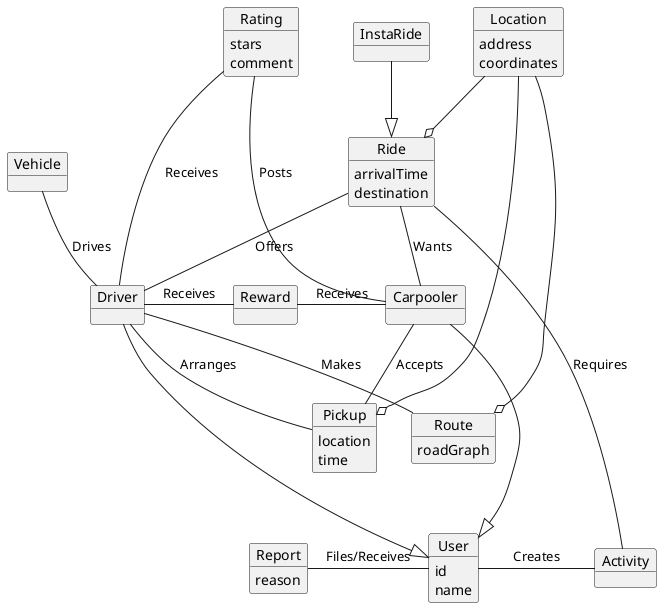
Earlier version of the PlantUML export images/uml/domain-model.png (YannisRavasopoulos/ProjectSD_S6).
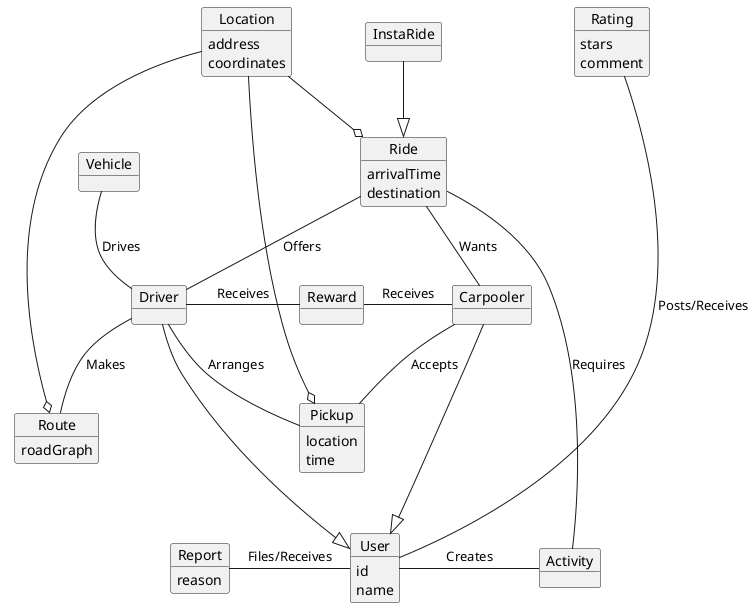
The same diagram one commit later.

Change to the diagram source:
```diff
@@ -44,9 +44,7 @@
 
 Ride --up[hidden] Rating
 
-Rating -- Driver: "Receives"
-
-Rating -- Carpooler: "Posts"
+Rating -- User: "Posts/Receives"
 
 object Report {
     reason
```
